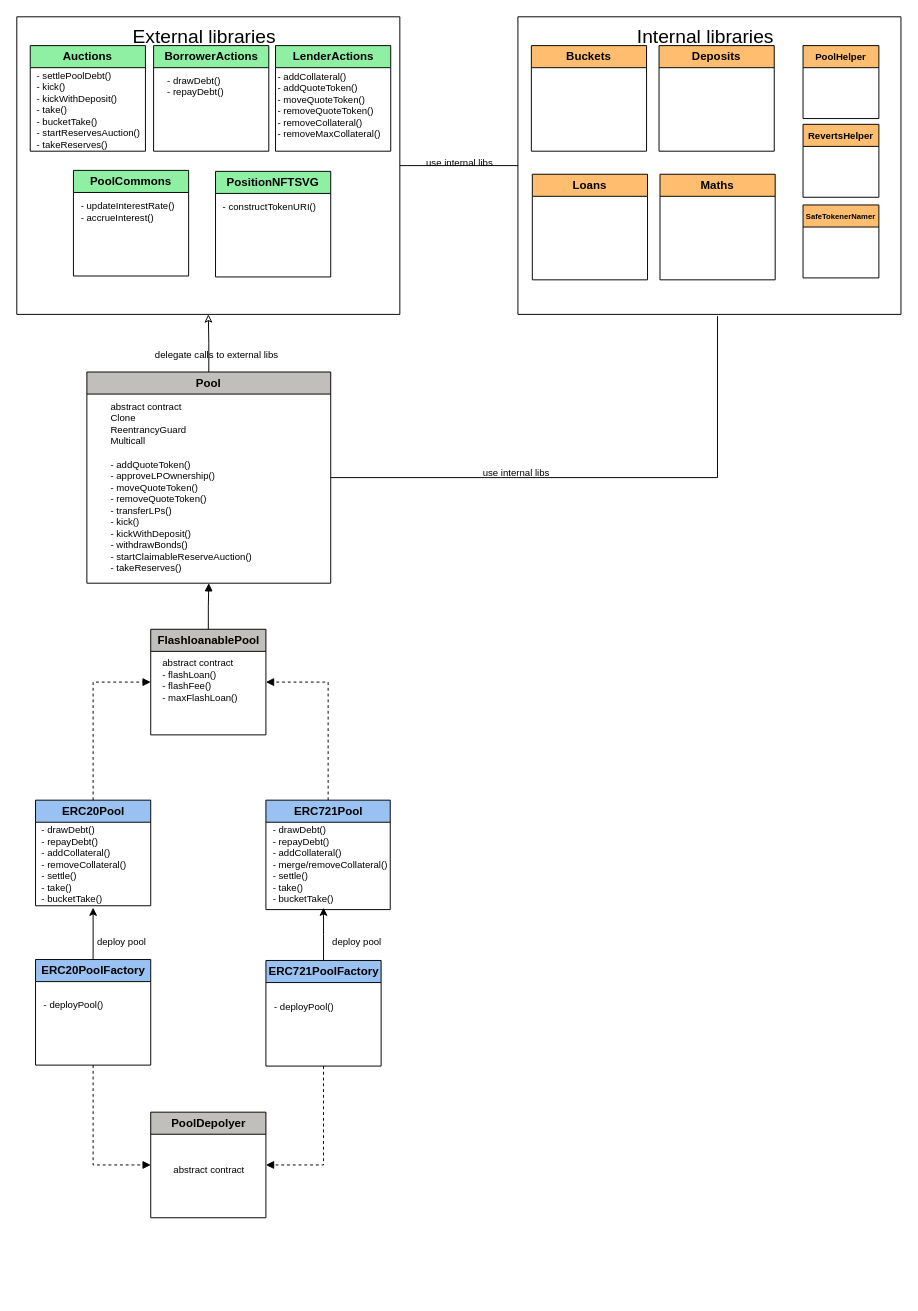
Earlier version of the draw.io diagram docs/drawio/components.drawio (ajna-finance/ajna-core). Source tidied: cells renumbered, new cells numbered last; positions are measured from the earlier drawing's top-left corner, leaving out a move shared by most shapes. Both pictures are drawn from the tidied source at 96%, with x=0, y=0 at pixel (16, 16).
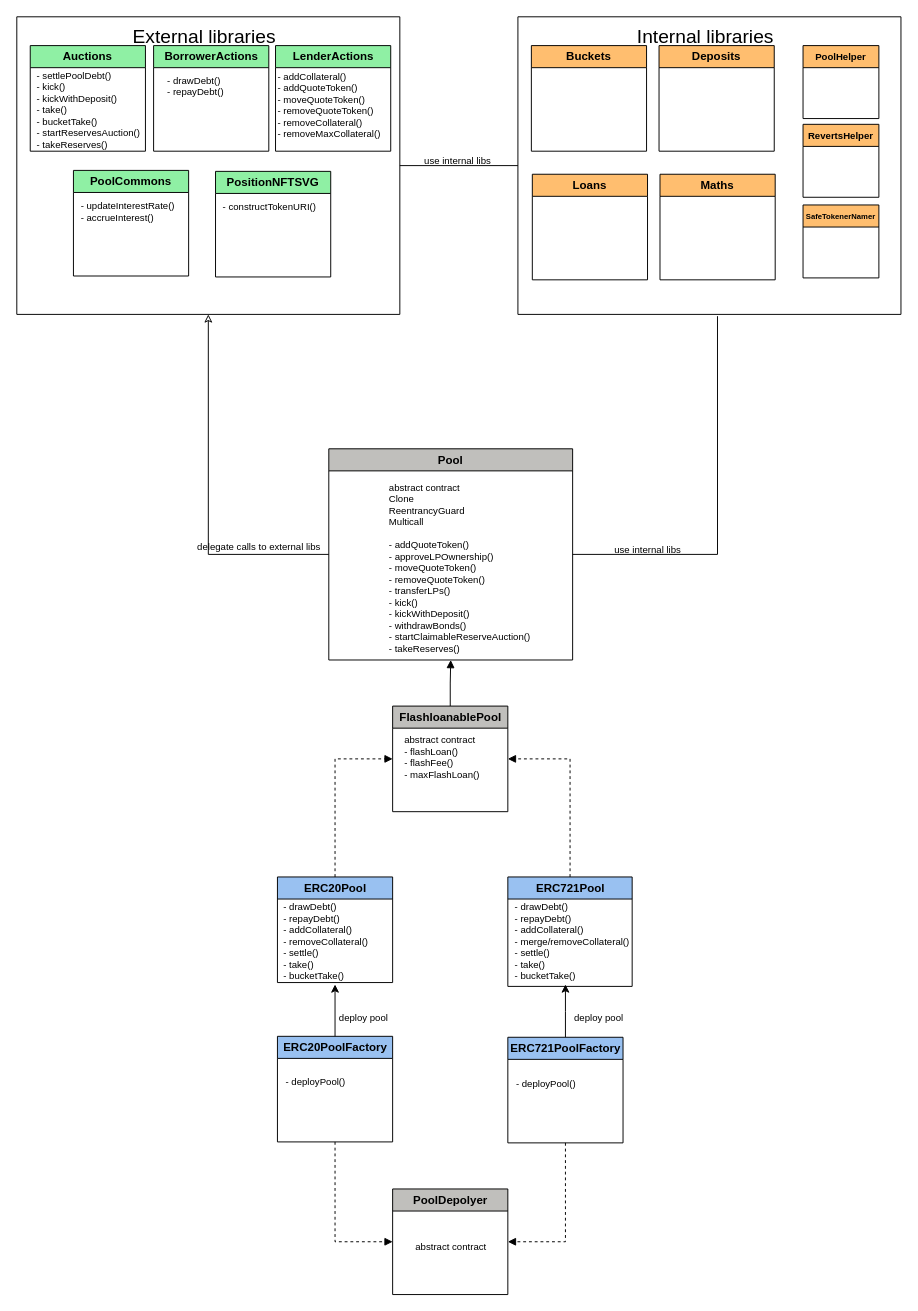
The same page after the edit.

Commit message (it also covers changes not shown here):
Center components

The change refers to these unchanged cells:
```xml
<mxCell id="11" style="swimlane;startSize=0;" parent="1" vertex="1">
  <mxGeometry width="399" height="310" as="geometry" />
</mxCell>
<mxCell id="18" style="edgeStyle=orthogonalEdgeStyle;rounded=0;jettySize=auto;html=1;exitX=1;exitY=0.5;exitDx=0;exitDy=0;entryX=0.521;entryY=1.006;entryDx=0;entryDy=0;entryPerimeter=0;fontSize=20;endArrow=none;endFill=0;" parent="1" edge="1" source="20" target="3">
  <mxGeometry relative="1" as="geometry" />
</mxCell>
```

What changed in the source:
```diff
@@
-    <mxCell id="17" style="edgeStyle=orthogonalEdgeStyle;rounded=0;jettySize=auto;html=1;exitX=0.5;exitY=0;exitDx=0;exitDy=0;entryX=0.5;entryY=1;entryDx=0;entryDy=0;fontSize=20;endArrow=classic;endFill=0;" parent="1" edge="1" source="20" target="11">
+    <mxCell id="17" style="edgeStyle=orthogonalEdgeStyle;rounded=0;jettySize=auto;html=1;exitX=0;exitY=0.5;exitDx=0;exitDy=0;entryX=0.5;entryY=1;entryDx=0;entryDy=0;fontSize=20;endArrow=classic;endFill=0;" parent="1" edge="1" source="20" target="11">
       <mxGeometry relative="1" as="geometry" />
     </mxCell>
@@
     <mxCell id="19" value="&lt;font style=&quot;font-size: 10px;&quot;&gt;use internal libs&lt;br&gt;&lt;/font&gt;" style="edgeLabel;html=1;align=center;verticalAlign=middle;fontSize=20;labelBackgroundColor=none;" parent="18" vertex="1">
       <mxGeometry x="-0.07" y="-3" relative="1" as="geometry">
-        <mxPoint x="-133" y="-336" as="offset" />
+        <mxPoint x="-274" y="-379" as="offset" />
       </mxGeometry>
     </mxCell>
     <mxCell id="20" value="Pool" style="swimlane;whiteSpace=wrap;html=1;fillColor=#c0bfbc;" parent="1" vertex="1">
-      <mxGeometry x="73" y="370" width="254" height="220" as="geometry" />
+      <mxGeometry x="325" y="450" width="254" height="220" as="geometry" />
     </mxCell>
     <mxCell id="21" value="&lt;div align=&quot;left&quot;&gt;abstract contract&lt;/div&gt;&lt;div align=&quot;left&quot;&gt;Clone&lt;/div&gt;&lt;div align=&quot;left&quot;&gt;ReentrancyGuard&lt;/div&gt;&lt;div align=&quot;left&quot;&gt;Multicall&lt;/div&gt;&lt;div align=&quot;left&quot;&gt;&lt;br&gt;&lt;/div&gt;&lt;div align=&quot;left&quot;&gt;- addQuoteToken()&lt;/div&gt;&lt;div align=&quot;left&quot;&gt;- approveLPOwnership()&lt;/div&gt;&lt;div align=&quot;left&quot;&gt;- moveQuoteToken()&lt;/div&gt;&lt;div align=&quot;left&quot;&gt;- removeQuoteToken()&lt;/div&gt;&lt;div align=&quot;left&quot;&gt;- transferLPs()&lt;/div&gt;&lt;div align=&quot;left&quot;&gt;- kick()&lt;/div&gt;&lt;div align=&quot;left&quot;&gt;- kickWithDeposit()&lt;/div&gt;&lt;div align=&quot;left&quot;&gt;- withdrawBonds()&lt;/div&gt;&lt;div align=&quot;left&quot;&gt;- startClaimableReserveAuction()&lt;/div&gt;&lt;div align=&quot;left&quot;&gt;- takeReserves()&lt;br&gt;&lt;/div&gt;" style="text;html=1;align=left;verticalAlign=middle;strokeColor=none;fillColor=none;fontSize=10;" parent="20" vertex="1">
-      <mxGeometry x="22.5" y="25" width="170" height="190" as="geometry" />
+      <mxGeometry x="61" y="29" width="170" height="190" as="geometry" />
     </mxCell>
     <mxCell id="22" value="&lt;font style=&quot;font-size: 10px;&quot;&gt;delegate calls to external libs&lt;br&gt;&lt;/font&gt;" style="edgeLabel;html=1;align=center;verticalAlign=middle;fontSize=20;labelBackgroundColor=none;" parent="1" vertex="1">
-      <mxGeometry x="199.5" y="350" as="geometry">
+      <mxGeometry x="243" y="550" as="geometry">
         <mxPoint x="8" y="-3" as="offset" />
       </mxGeometry>
     </mxCell>
     <mxCell id="23" value="&lt;font style=&quot;font-size: 10px;&quot;&gt;use internal libs&lt;br&gt;&lt;/font&gt;" style="edgeLabel;html=1;align=center;verticalAlign=middle;fontSize=20;labelBackgroundColor=none;" parent="1" vertex="1">
-      <mxGeometry x="519" y="470" as="geometry" />
+      <mxGeometry x="656" y="550" as="geometry" />
     </mxCell>
@@
     <mxCell id="25" value="FlashloanablePool" style="swimlane;whiteSpace=wrap;html=1;fillColor=#c0bfbc;" parent="1" vertex="1">
-      <mxGeometry x="139.5" y="638" width="120" height="110" as="geometry" />
+      <mxGeometry x="391.5" y="718" width="120" height="110" as="geometry" />
     </mxCell>
@@
     <mxCell id="28" value="ERC20Pool" style="swimlane;whiteSpace=wrap;html=1;fillColor=#99c1f1;" parent="1" vertex="1">
-      <mxGeometry x="19.5" y="816" width="120" height="110" as="geometry" />
+      <mxGeometry x="271.5" y="896" width="120" height="110" as="geometry" />
     </mxCell>
@@
     <mxCell id="30" value="ERC721Pool" style="swimlane;whiteSpace=wrap;html=1;fillColor=#99c1f1;" parent="1" vertex="1">
-      <mxGeometry x="259.5" y="816" width="129.5" height="114" as="geometry" />
+      <mxGeometry x="511.5" y="896" width="129.5" height="114" as="geometry" />
     </mxCell>
@@
     <mxCell id="32" style="edgeStyle=orthogonalEdgeStyle;rounded=0;orthogonalLoop=1;jettySize=auto;html=1;exitX=0.5;exitY=0;exitDx=0;exitDy=0;entryX=0.5;entryY=1;entryDx=0;entryDy=0;fontSize=10;endArrow=classic;endFill=1;" parent="1" edge="1">
       <mxGeometry relative="1" as="geometry">
-        <mxPoint x="79.5" y="983" as="sourcePoint" />
-        <mxPoint x="79.5" y="928" as="targetPoint" />
+        <mxPoint x="331.5" y="1063" as="sourcePoint" />
+        <mxPoint x="331.5" y="1008" as="targetPoint" />
       </mxGeometry>
     </mxCell>
     <mxCell id="33" value="ERC20PoolFactory" style="swimlane;whiteSpace=wrap;html=1;fillColor=#99c1f1;" parent="1" vertex="1">
-      <mxGeometry x="19.5" y="982" width="120" height="110" as="geometry" />
+      <mxGeometry x="271.5" y="1062" width="120" height="110" as="geometry" />
     </mxCell>
@@
     <mxCell id="35" style="edgeStyle=orthogonalEdgeStyle;rounded=0;jettySize=auto;html=1;exitX=0.5;exitY=0;exitDx=0;exitDy=0;entryX=0.5;entryY=1;entryDx=0;entryDy=0;fontSize=10;endArrow=classic;endFill=1;" parent="1" edge="1" source="36">
       <mxGeometry relative="1" as="geometry">
-        <mxPoint x="319.5" y="928" as="targetPoint" />
+        <mxPoint x="571.5" y="1008" as="targetPoint" />
       </mxGeometry>
     </mxCell>
     <mxCell id="36" value="ERC721PoolFactory" style="swimlane;whiteSpace=wrap;html=1;fillColor=#99c1f1;" parent="1" vertex="1">
-      <mxGeometry x="259.5" y="983" width="120" height="110" as="geometry" />
+      <mxGeometry x="511.5" y="1063" width="120" height="110" as="geometry" />
     </mxCell>
     <mxCell id="37" value="PoolDepolyer" style="swimlane;whiteSpace=wrap;html=1;fillColor=#c0bfbc;" parent="1" vertex="1">
-      <mxGeometry x="139.5" y="1141" width="120" height="110" as="geometry" />
+      <mxGeometry x="391.5" y="1221" width="120" height="110" as="geometry" />
     </mxCell>
@@
     <mxCell id="39" value="deploy pool" style="text;html=1;align=center;verticalAlign=middle;strokeColor=none;fillColor=none;fontSize=10;" parent="1" vertex="1">
-      <mxGeometry x="74" y="948" width="70" height="30" as="geometry" />
+      <mxGeometry x="326" y="1028" width="70" height="30" as="geometry" />
     </mxCell>
     <mxCell id="40" value="deploy pool" style="text;html=1;align=center;verticalAlign=middle;strokeColor=none;fillColor=none;fontSize=10;" parent="1" vertex="1">
-      <mxGeometry x="319" y="948" width="70" height="30" as="geometry" />
+      <mxGeometry x="571" y="1028" width="70" height="30" as="geometry" />
     </mxCell>
@@
     <mxCell id="48" value="- deployPool()" style="text;html=1;align=center;verticalAlign=middle;strokeColor=none;fillColor=none;fontSize=10;" parent="1" vertex="1">
-      <mxGeometry x="14" y="1014" width="90" height="30" as="geometry" />
+      <mxGeometry x="266" y="1094" width="90" height="30" as="geometry" />
     </mxCell>
     <mxCell id="49" value="- deployPool()" style="text;html=1;align=center;verticalAlign=middle;strokeColor=none;fillColor=none;fontSize=10;" parent="1" vertex="1">
-      <mxGeometry x="254" y="1016" width="90" height="30" as="geometry" />
+      <mxGeometry x="506" y="1096" width="90" height="30" as="geometry" />
     </mxCell>
     <mxCell id="50" value="&lt;div align=&quot;left&quot;&gt;- drawDebt()&lt;/div&gt;&lt;div align=&quot;left&quot;&gt;- repayDebt()&lt;/div&gt;&lt;div align=&quot;left&quot;&gt;- addCollateral()&lt;/div&gt;&lt;div align=&quot;left&quot;&gt;- removeCollateral()&lt;/div&gt;&lt;div align=&quot;left&quot;&gt;- settle()&lt;/div&gt;&lt;div align=&quot;left&quot;&gt;- take()&lt;/div&gt;&lt;div align=&quot;left&quot;&gt;- bucketTake()&lt;br&gt;&lt;/div&gt;" style="text;html=1;align=left;verticalAlign=middle;strokeColor=none;fillColor=none;fontSize=10;" parent="1" vertex="1">
-      <mxGeometry x="24" y="833" width="110" height="100" as="geometry" />
+      <mxGeometry x="276" y="913" width="110" height="100" as="geometry" />
     </mxCell>
     <mxCell id="51" value="&lt;div align=&quot;left&quot;&gt;- drawDebt()&lt;/div&gt;&lt;div align=&quot;left&quot;&gt;- repayDebt()&lt;/div&gt;&lt;div align=&quot;left&quot;&gt;- addCollateral()&lt;/div&gt;&lt;div align=&quot;left&quot;&gt;- merge/removeCollateral()&lt;/div&gt;&lt;div align=&quot;left&quot;&gt;- settle()&lt;/div&gt;&lt;div align=&quot;left&quot;&gt;- take()&lt;/div&gt;&lt;div align=&quot;left&quot;&gt;- bucketTake()&lt;br&gt;&lt;/div&gt;" style="text;html=1;align=left;verticalAlign=middle;strokeColor=none;fillColor=none;fontSize=10;" parent="1" vertex="1">
-      <mxGeometry x="265" y="833" width="140" height="100" as="geometry" />
+      <mxGeometry x="517" y="913" width="140" height="100" as="geometry" />
     </mxCell>
```
